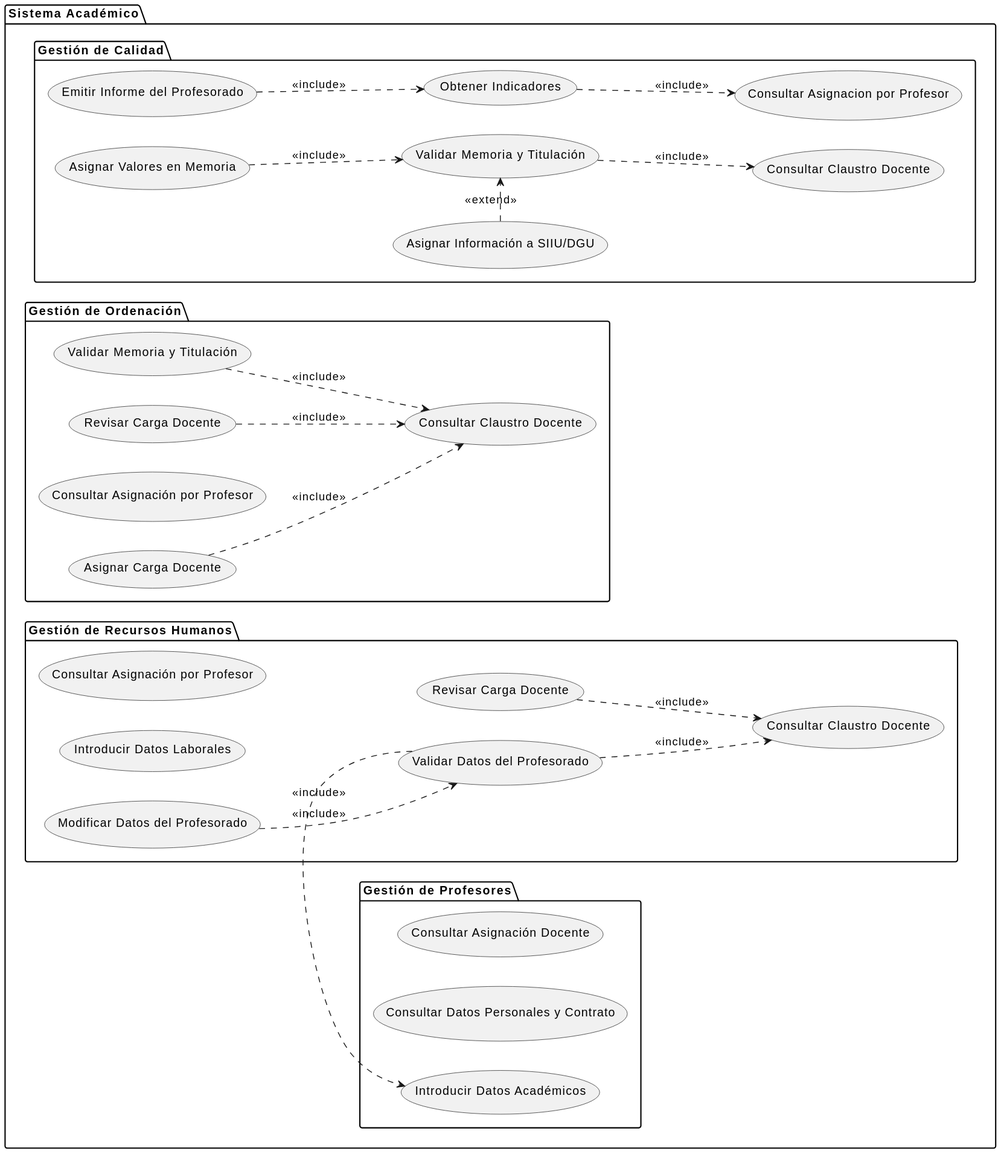
This is images/modelosUML/CdU/EstructurarCasosDeUso/Sistema.svg from mmasias/24-25-IdSw1-SDR, a PlantUML export, as it was before one commit.
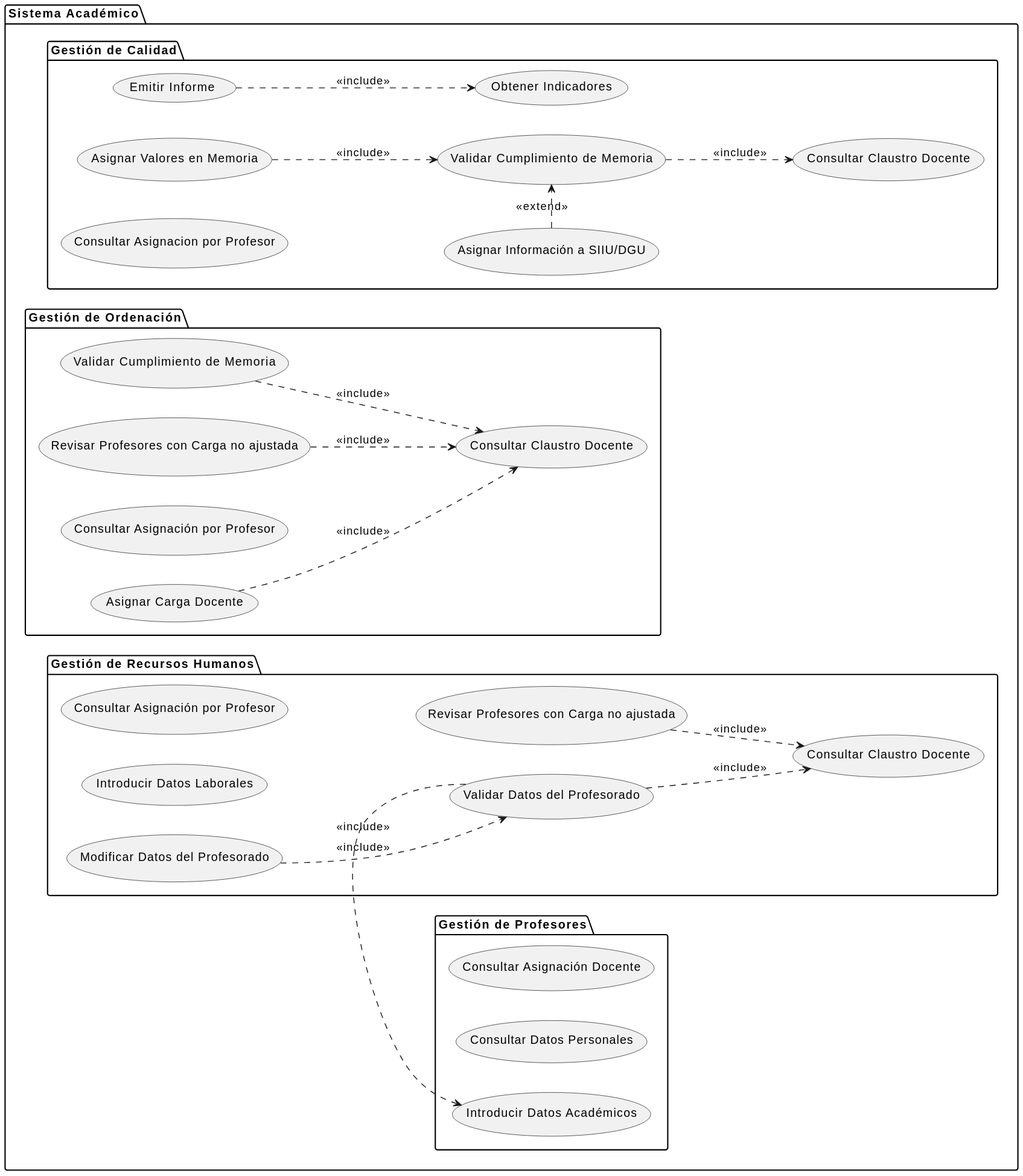
After the change.

Commit message:
Actualizar diagramas de contexto y renombrar casos de uso para mejorar la claridad y consistencia

What changed in the source:
```diff
@@ -4,7 +4,7 @@
 package "Sistema Académico" {
     package "Gestión de Profesores" {
         usecase "Introducir Datos Académicos" as IntroducirExperiencia
-        usecase "Consultar Datos Personales y Contrato" as ConsultarDatosPersonales
+        usecase "Consultar Datos Personales" as ConsultarDatosPersonales
         usecase "Consultar Asignación Docente" as ConsultarAsignaciones
     }
 
@@ -12,7 +12,7 @@
         usecase "Validar Datos del Profesorado" as ValidarDatosRRHH
         usecase "Modificar Datos del Profesorado" as ModificarDatosRRHH
         usecase "Introducir Datos Laborales" as IntroducirContrato
-        usecase "Revisar Carga Docente" as RevisarCargaRRHH
+        usecase "Revisar Profesores con Carga no ajustada" as RevisarCargaRRHH
         usecase "Consultar Claustro Docente" as ConsultarClaustroRRHH
         usecase "Consultar Asignación por Profesor" as ConsultarAsignacionRRHH
     }
@@ -21,8 +21,8 @@
         usecase "Asignar Carga Docente" as AsignarCargaOrdenacion
         usecase "Consultar Claustro Docente" as ConsultarClaustroOrdenacion
         usecase "Consultar Asignación por Profesor" as ConsultarAsignacionOrdenacion
-        usecase "Revisar Carga Docente" as RevisarCargaOrdenacion
-        usecase "Validar Memoria y Titulación" as RevisarMemoria
+        usecase "Revisar Profesores con Carga no ajustada" as RevisarCargaOrdenacion
+        usecase "Validar Cumplimiento de Memoria" as RevisarMemoria
     }
 
     package "Gestión de Calidad" {
@@ -30,9 +30,9 @@
         usecase "Consultar Asignacion por Profesor" as ConsultarAsignacionCalidad
         usecase "Asignar Valores en Memoria" as AsignarValoresMemoria
         usecase "Asignar Información a SIIU/DGU" as AsignarInformacion
-        usecase "Validar Memoria y Titulación" as ValidarMemoria
+        usecase "Validar Cumplimiento de Memoria" as ValidarMemoria
         usecase "Obtener Indicadores" as ObtenerIndicadores
-        usecase "Emitir Informe del Profesorado" as EmitirInforme
+        usecase "Emitir Informe" as EmitirInforme
     }
 
     ValidarDatosRRHH ..> ConsultarClaustroRRHH : <<include>>
@@ -46,7 +46,6 @@
 
     ValidarMemoria ..> ConsultarClaustroCalidad : <<include>>
     EmitirInforme ..> ObtenerIndicadores : <<include>>
-    ObtenerIndicadores ..> ConsultarAsignacionCalidad : <<include>>
     AsignarValoresMemoria ..> ValidarMemoria : <<include>>
 
     AsignarInformacion .> ValidarMemoria : <<extend>>
```
